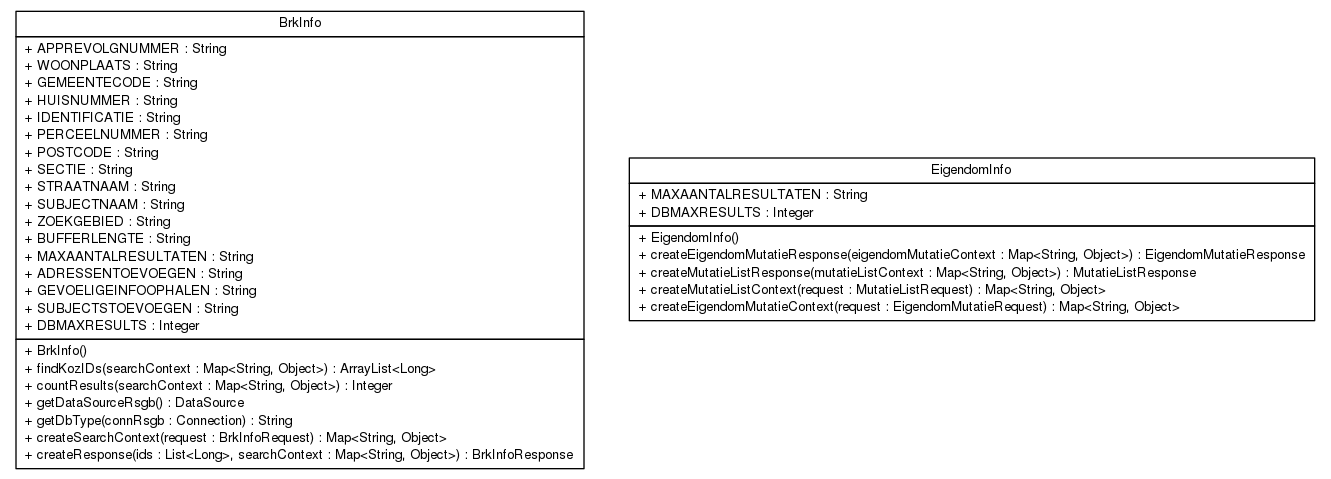
Earlier version of the Graphviz export brmo-soap/apidocs/nl/b3p/brmo/soap/db/nl.b3p.brmo.soap.db.png (B3Partners/brmo). Its source is kept beside it as brmo-soap/apidocs/nl/b3p/brmo/soap/db/nl.b3p.brmo.soap.db.dot.
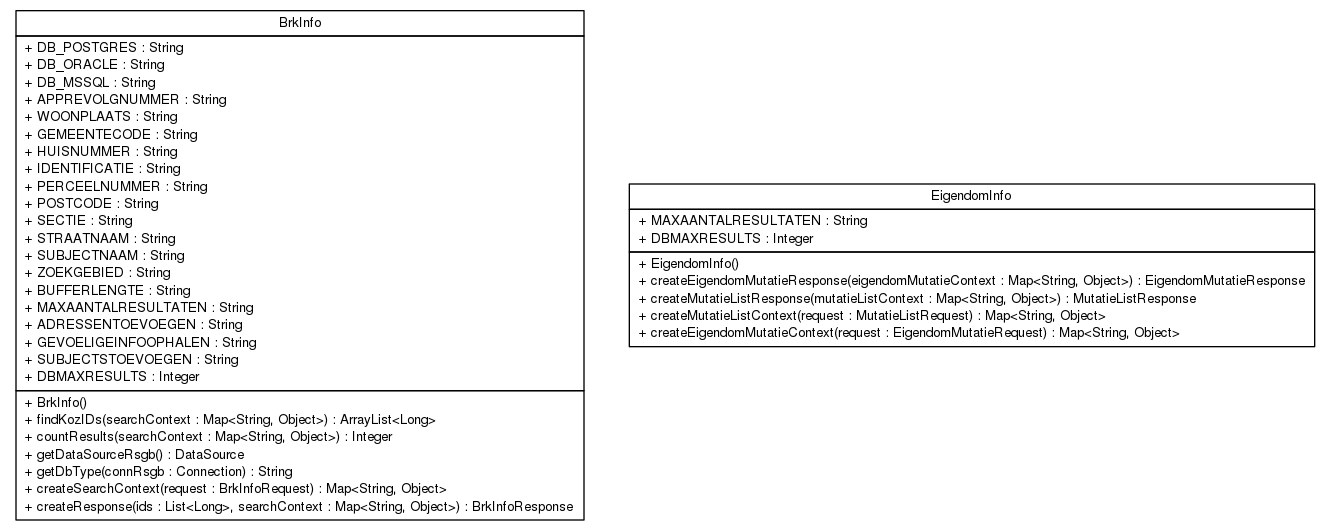
After the change.

Change to the diagram source:
```diff
@@ -9,6 +9,9 @@
 <tr><td align="center" balign="center"> BrkInfo </td></tr>
 		</table></td></tr>
 		<tr><td><table border="0" cellspacing="0" cellpadding="1">
+<tr><td align="left" balign="left"> + DB_POSTGRES : String </td></tr>
+<tr><td align="left" balign="left"> + DB_ORACLE : String </td></tr>
+<tr><td align="left" balign="left"> + DB_MSSQL : String </td></tr>
 <tr><td align="left" balign="left"> + APPREVOLGNUMMER : String </td></tr>
 <tr><td align="left" balign="left"> + WOONPLAATS : String </td></tr>
 <tr><td align="left" balign="left"> + GEMEENTECODE : String </td></tr>
```
